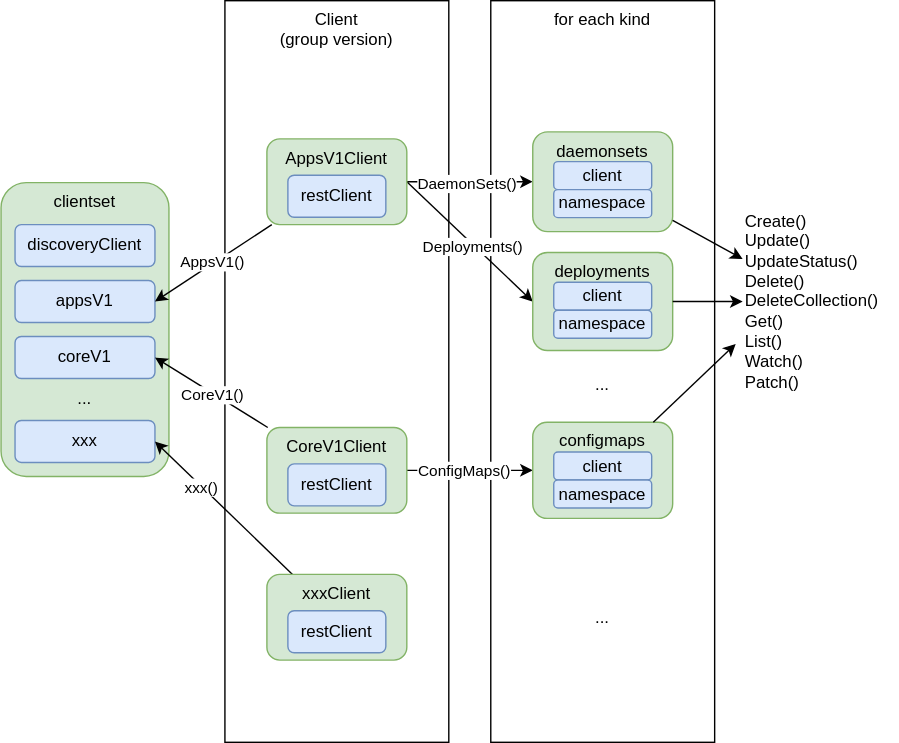
Above: contents/kubernetes-operator/client-go/clientset/clientset-simple.drawio.svg in nakamasato/kubernetes-training (draw.io), before the change. Source tidied: cells renumbered, new cells last; positions are measured from the earlier drawing's top-left corner, leaving out a move shared by most shapes.
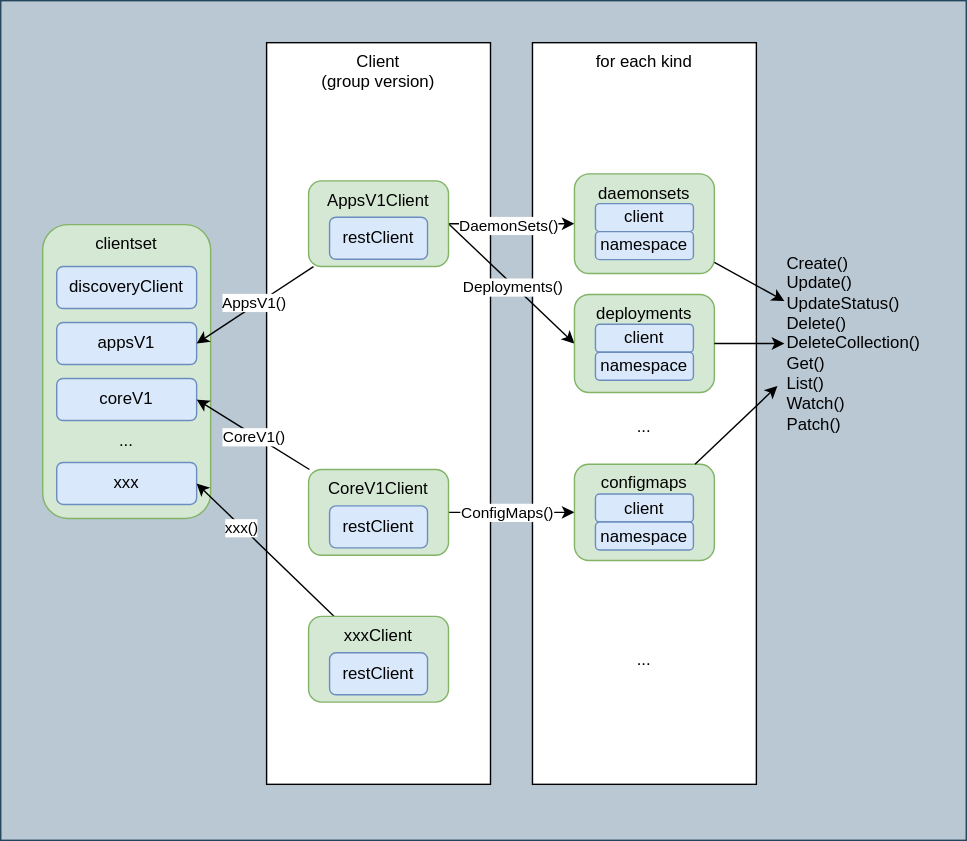
After the commit.

What changed in the source:
```diff
@@ -2,6 +2,9 @@
   <root>
     <mxCell id="0" />
     <mxCell id="1" parent="0" />
+    <mxCell id="49" style="rounded=0;whiteSpace=wrap;html=1;fillColor=#bac8d3;strokeColor=#23445d;" parent="1" vertex="1">
+      <mxGeometry x="-30" y="-30" width="690" height="600" as="geometry" />
+    </mxCell>
     <mxCell id="2" value="for each kind" style="rounded=0;whiteSpace=wrap;html=1;verticalAlign=top;" parent="1" vertex="1">
       <mxGeometry x="350" width="160" height="530" as="geometry" />
     </mxCell>
```
